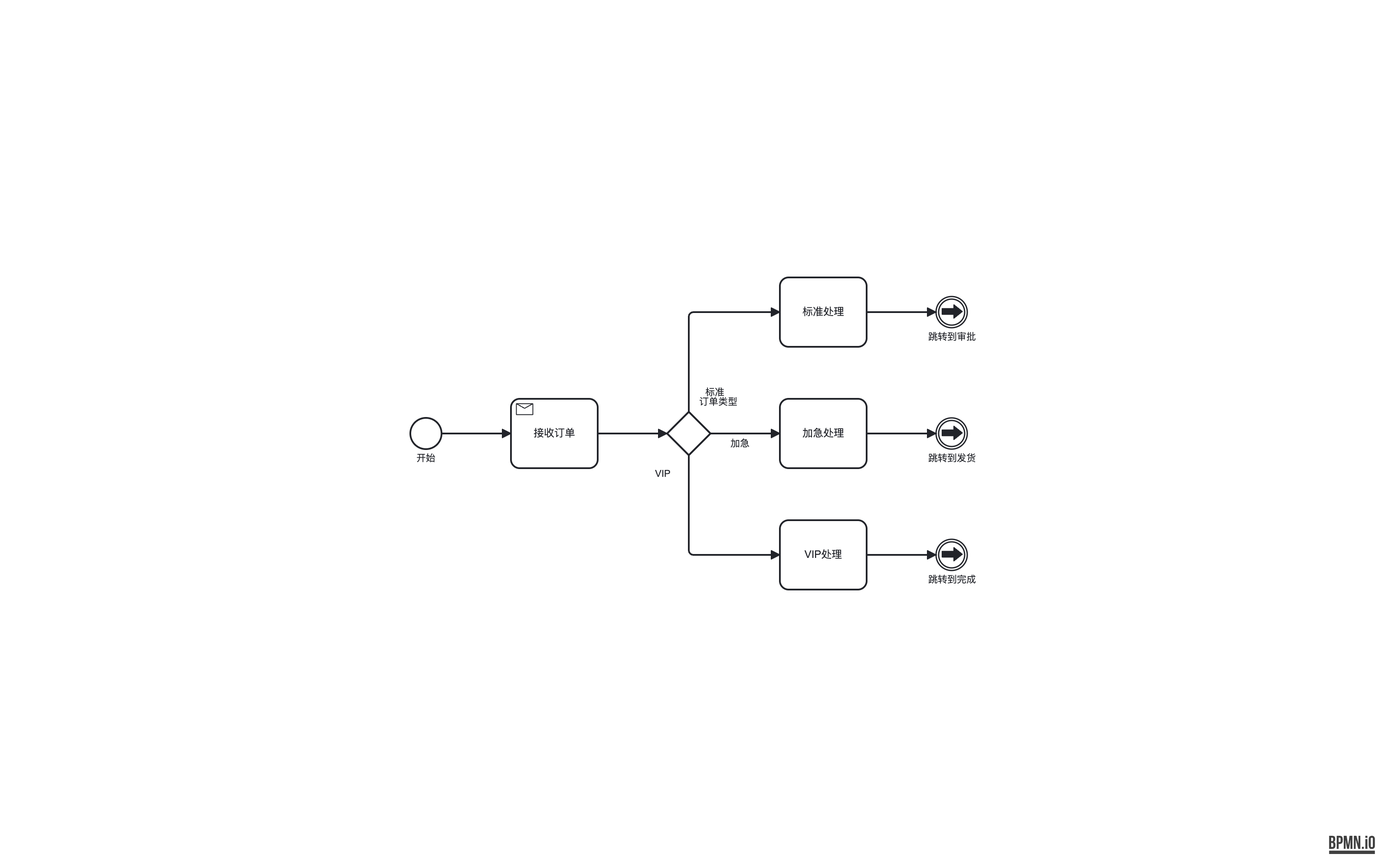
LcpMarvel/tramito-layout keeps this BPMN diagram as out-bpmn-png/15-link-events.png. Above is the earlier version. Its source is kept beside it as out-xml/15-link-events.bpmn. Ids are renumbered.
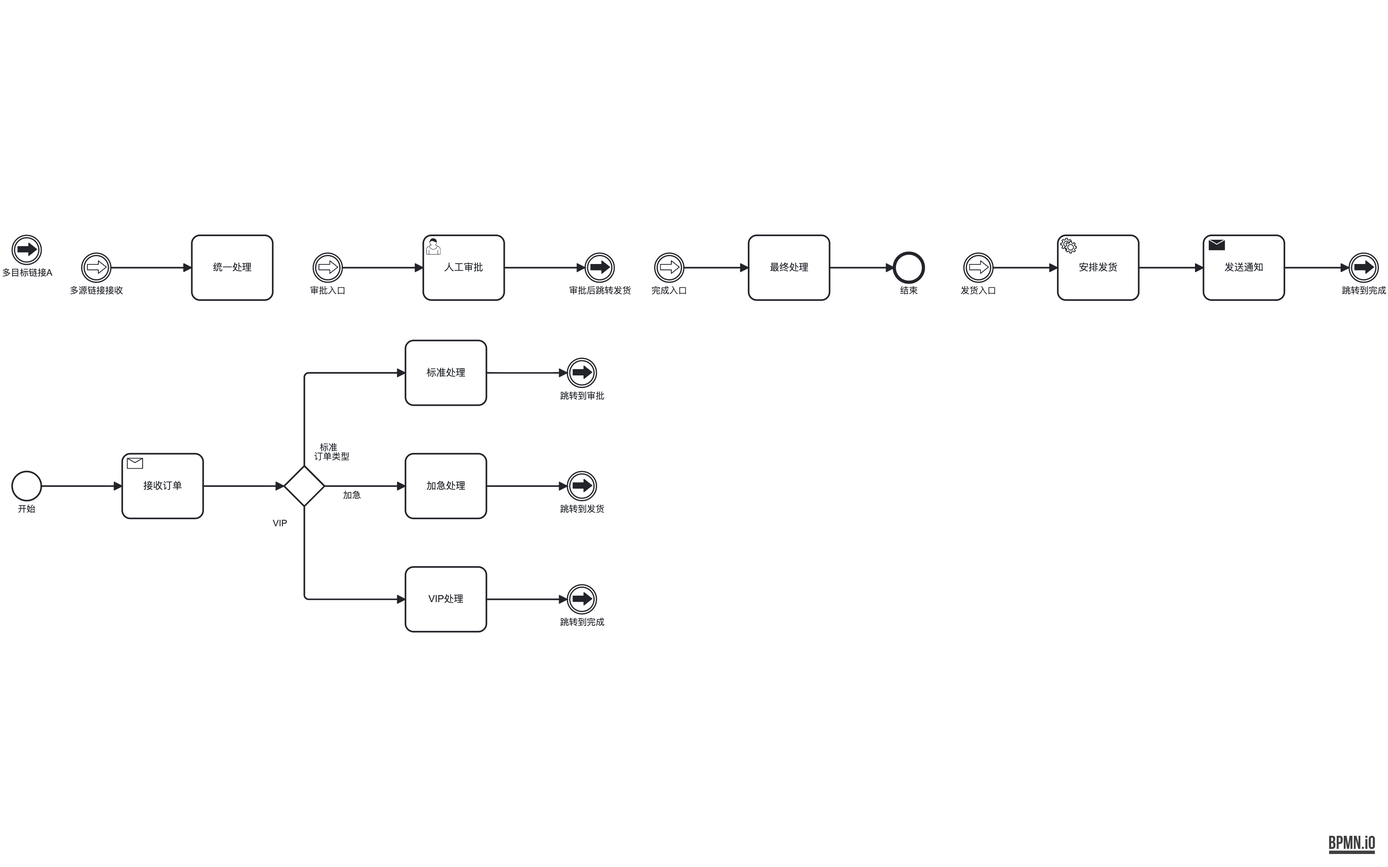
Later version of the same file.

Diff of the diagram source:
```diff
@@ -112,92 +112,187 @@
   <bpmndi:BPMNDiagram id="BPMNDiagram_definitions_link_events" name="BPMNDiagram">
     <bpmndi:BPMNPlane id="BPMNPlane_definitions_link_events" bpmnElement="process_link_events">
       <bpmndi:BPMNShape id="process_link_events_di" bpmnElement="process_link_events">
-        <dc:Bounds x="0" y="0" width="724" height="424" />
+        <dc:Bounds x="0" y="0" width="1770" height="554" />
       </bpmndi:BPMNShape>
       <bpmndi:BPMNShape id="start_1_di" bpmnElement="start_1">
-        <dc:Bounds x="62" y="194" width="36" height="36" />
+        <dc:Bounds x="62" y="324" width="36" height="36" />
         <bpmndi:BPMNLabel>
-          <dc:Bounds x="66" y="234" width="28" height="14" />
+          <dc:Bounds x="66" y="364" width="28" height="14" />
         </bpmndi:BPMNLabel>
       </bpmndi:BPMNShape>
       <bpmndi:BPMNShape id="task_receive_order_di" bpmnElement="task_receive_order">
-        <dc:Bounds x="178" y="172" width="100" height="80" />
+        <dc:Bounds x="198" y="302" width="100" height="80" />
       </bpmndi:BPMNShape>
       <bpmndi:BPMNShape id="gateway_order_type_di" bpmnElement="gateway_order_type">
-        <dc:Bounds x="358" y="187" width="50" height="50" />
+        <dc:Bounds x="398" y="317" width="50" height="50" />
         <bpmndi:BPMNLabel>
-          <dc:Bounds x="389" y="169" width="56" height="14" />
+          <dc:Bounds x="429" y="299" width="56" height="14" />
         </bpmndi:BPMNLabel>
       </bpmndi:BPMNShape>
       <bpmndi:BPMNShape id="task_standard_process_di" bpmnElement="task_standard_process">
-        <dc:Bounds x="488" y="32" width="100" height="80" />
+        <dc:Bounds x="548" y="162" width="100" height="80" />
       </bpmndi:BPMNShape>
       <bpmndi:BPMNShape id="throw_link_to_approval_di" bpmnElement="throw_link_to_approval">
-        <dc:Bounds x="668" y="54" width="36" height="36" />
+        <dc:Bounds x="748" y="184" width="36" height="36" />
         <bpmndi:BPMNLabel>
-          <dc:Bounds x="651" y="94" width="70" height="14" />
+          <dc:Bounds x="731" y="224" width="70" height="14" />
         </bpmndi:BPMNLabel>
       </bpmndi:BPMNShape>
       <bpmndi:BPMNShape id="task_express_process_di" bpmnElement="task_express_process">
-        <dc:Bounds x="488" y="172" width="100" height="80" />
+        <dc:Bounds x="548" y="302" width="100" height="80" />
       </bpmndi:BPMNShape>
       <bpmndi:BPMNShape id="throw_link_to_shipping_di" bpmnElement="throw_link_to_shipping">
-        <dc:Bounds x="668" y="194" width="36" height="36" />
+        <dc:Bounds x="748" y="324" width="36" height="36" />
         <bpmndi:BPMNLabel>
-          <dc:Bounds x="651" y="234" width="70" height="14" />
+          <dc:Bounds x="731" y="364" width="70" height="14" />
         </bpmndi:BPMNLabel>
       </bpmndi:BPMNShape>
       <bpmndi:BPMNShape id="task_vip_process_di" bpmnElement="task_vip_process">
-        <dc:Bounds x="488" y="312" width="100" height="80" />
+        <dc:Bounds x="548" y="442" width="100" height="80" />
       </bpmndi:BPMNShape>
       <bpmndi:BPMNShape id="throw_link_to_complete_di" bpmnElement="throw_link_to_complete">
-        <dc:Bounds x="668" y="334" width="36" height="36" />
+        <dc:Bounds x="748" y="464" width="36" height="36" />
         <bpmndi:BPMNLabel>
-          <dc:Bounds x="651" y="374" width="70" height="14" />
+          <dc:Bounds x="731" y="504" width="70" height="14" />
         </bpmndi:BPMNLabel>
       </bpmndi:BPMNShape>
+      <bpmndi:BPMNShape id="catch_link_approval_di" bpmnElement="catch_link_approval">
+        <dc:Bounds x="434" y="54" width="36" height="36" />
+        <bpmndi:BPMNLabel>
+          <dc:Bounds x="424" y="94" width="56" height="14" />
+        </bpmndi:BPMNLabel>
+      </bpmndi:BPMNShape>
+      <bpmndi:BPMNShape id="task_approval_di" bpmnElement="task_approval">
+        <dc:Bounds x="570" y="32" width="100" height="80" />
+      </bpmndi:BPMNShape>
+      <bpmndi:BPMNShape id="throw_link_from_approval_di" bpmnElement="throw_link_from_approval">
+        <dc:Bounds x="770" y="54" width="36" height="36" />
+        <bpmndi:BPMNLabel>
+          <dc:Bounds x="739" y="94" width="98" height="14" />
+        </bpmndi:BPMNLabel>
+      </bpmndi:BPMNShape>
+      <bpmndi:BPMNShape id="catch_link_shipping_di" bpmnElement="catch_link_shipping">
+        <dc:Bounds x="1238" y="54" width="36" height="36" />
+        <bpmndi:BPMNLabel>
+          <dc:Bounds x="1228" y="94" width="56" height="14" />
+        </bpmndi:BPMNLabel>
+      </bpmndi:BPMNShape>
+      <bpmndi:BPMNShape id="task_shipping_di" bpmnElement="task_shipping">
+        <dc:Bounds x="1354" y="32" width="100" height="80" />
+      </bpmndi:BPMNShape>
+      <bpmndi:BPMNShape id="task_notify_di" bpmnElement="task_notify">
+        <dc:Bounds x="1534" y="32" width="100" height="80" />
+      </bpmndi:BPMNShape>
+      <bpmndi:BPMNShape id="throw_link_to_complete_2_di" bpmnElement="throw_link_to_complete_2">
+        <dc:Bounds x="1714" y="54" width="36" height="36" />
+        <bpmndi:BPMNLabel>
+          <dc:Bounds x="1697" y="94" width="70" height="14" />
+        </bpmndi:BPMNLabel>
+      </bpmndi:BPMNShape>
+      <bpmndi:BPMNShape id="catch_link_complete_di" bpmnElement="catch_link_complete">
+        <dc:Bounds x="856" y="54" width="36" height="36" />
+        <bpmndi:BPMNLabel>
+          <dc:Bounds x="846" y="94" width="56" height="14" />
+        </bpmndi:BPMNLabel>
+      </bpmndi:BPMNShape>
+      <bpmndi:BPMNShape id="task_finalize_di" bpmnElement="task_finalize">
+        <dc:Bounds x="972" y="32" width="100" height="80" />
+      </bpmndi:BPMNShape>
+      <bpmndi:BPMNShape id="end_1_di" bpmnElement="end_1">
+        <dc:Bounds x="1152" y="54" width="36" height="36" />
+        <bpmndi:BPMNLabel>
+          <dc:Bounds x="1156" y="94" width="28" height="14" />
+        </bpmndi:BPMNLabel>
+      </bpmndi:BPMNShape>
+      <bpmndi:BPMNShape id="throw_link_multi_target_1_di" bpmnElement="throw_link_multi_target_1">
+        <dc:Bounds x="62" y="32" width="36" height="36" />
+        <bpmndi:BPMNLabel>
+          <dc:Bounds x="41.5" y="72" width="77" height="14" />
+        </bpmndi:BPMNLabel>
+      </bpmndi:BPMNShape>
+      <bpmndi:BPMNShape id="catch_link_multi_target_di" bpmnElement="catch_link_multi_target">
+        <dc:Bounds x="148" y="54" width="36" height="36" />
+        <bpmndi:BPMNLabel>
+          <dc:Bounds x="124" y="94" width="84" height="14" />
+        </bpmndi:BPMNLabel>
+      </bpmndi:BPMNShape>
+      <bpmndi:BPMNShape id="task_multi_handler_di" bpmnElement="task_multi_handler">
+        <dc:Bounds x="284" y="32" width="100" height="80" />
+      </bpmndi:BPMNShape>
       <bpmndi:BPMNEdge id="flow_start_di" bpmnElement="flow_start">
-        <di:waypoint x="98" y="212" />
-        <di:waypoint x="178" y="212" />
+        <di:waypoint x="98" y="342" />
+        <di:waypoint x="198" y="342" />
       </bpmndi:BPMNEdge>
       <bpmndi:BPMNEdge id="flow_to_gateway_di" bpmnElement="flow_to_gateway">
-        <di:waypoint x="278" y="212" />
-        <di:waypoint x="358" y="212" />
+        <di:waypoint x="298" y="342" />
+        <di:waypoint x="398" y="342" />
       </bpmndi:BPMNEdge>
       <bpmndi:BPMNEdge id="flow_standard_di" bpmnElement="flow_standard">
-        <di:waypoint x="383" y="187" />
-        <di:waypoint x="383" y="72" />
-        <di:waypoint x="488" y="72" />
+        <di:waypoint x="423" y="317" />
+        <di:waypoint x="423" y="202" />
+        <di:waypoint x="548" y="202" />
         <bpmndi:BPMNLabel>
-          <dc:Bounds x="388" y="158" width="50" height="14" />
+          <dc:Bounds x="428" y="288" width="50" height="14" />
         </bpmndi:BPMNLabel>
       </bpmndi:BPMNEdge>
       <bpmndi:BPMNEdge id="flow_express_di" bpmnElement="flow_express">
-        <di:waypoint x="408" y="212" />
-        <di:waypoint x="488" y="212" />
+        <di:waypoint x="448" y="342" />
+        <di:waypoint x="548" y="342" />
         <bpmndi:BPMNLabel>
-          <dc:Bounds x="417" y="217" width="50" height="14" />
+          <dc:Bounds x="457" y="347" width="50" height="14" />
         </bpmndi:BPMNLabel>
       </bpmndi:BPMNEdge>
       <bpmndi:BPMNEdge id="flow_vip_di" bpmnElement="flow_vip">
-        <di:waypoint x="383" y="237" />
-        <di:waypoint x="383" y="352" />
-        <di:waypoint x="488" y="352" />
+        <di:waypoint x="423" y="367" />
+        <di:waypoint x="423" y="482" />
+        <di:waypoint x="548" y="482" />
         <bpmndi:BPMNLabel>
-          <dc:Bounds x="328" y="252" width="50" height="14" />
+          <dc:Bounds x="368" y="382" width="50" height="14" />
         </bpmndi:BPMNLabel>
       </bpmndi:BPMNEdge>
       <bpmndi:BPMNEdge id="flow_standard_to_link_di" bpmnElement="flow_standard_to_link">
-        <di:waypoint x="588" y="72" />
-        <di:waypoint x="668" y="72" />
+        <di:waypoint x="648" y="202" />
+        <di:waypoint x="748" y="202" />
       </bpmndi:BPMNEdge>
       <bpmndi:BPMNEdge id="flow_express_to_link_di" bpmnElement="flow_express_to_link">
-        <di:waypoint x="588" y="212" />
-        <di:waypoint x="668" y="212" />
+        <di:waypoint x="648" y="342" />
+        <di:waypoint x="748" y="342" />
       </bpmndi:BPMNEdge>
       <bpmndi:BPMNEdge id="flow_vip_to_link_di" bpmnElement="flow_vip_to_link">
-        <di:waypoint x="588" y="352" />
-        <di:waypoint x="668" y="352" />
+        <di:waypoint x="648" y="482" />
+        <di:waypoint x="748" y="482" />
+      </bpmndi:BPMNEdge>
+      <bpmndi:BPMNEdge id="flow_catch_approval_di" bpmnElement="flow_catch_approval">
+        <di:waypoint x="470" y="72" />
+        <di:waypoint x="570" y="72" />
+      </bpmndi:BPMNEdge>
+      <bpmndi:BPMNEdge id="flow_approval_to_link_di" bpmnElement="flow_approval_to_link">
+        <di:waypoint x="670" y="72" />
+        <di:waypoint x="770" y="72" />
+      </bpmndi:BPMNEdge>
+      <bpmndi:BPMNEdge id="flow_catch_shipping_di" bpmnElement="flow_catch_shipping">
+        <di:waypoint x="1274" y="72" />
+        <di:waypoint x="1354" y="72" />
+      </bpmndi:BPMNEdge>
+      <bpmndi:BPMNEdge id="flow_shipping_notify_di" bpmnElement="flow_shipping_notify">
+        <di:waypoint x="1454" y="72" />
+        <di:waypoint x="1534" y="72" />
+      </bpmndi:BPMNEdge>
+      <bpmndi:BPMNEdge id="flow_notify_to_link_di" bpmnElement="flow_notify_to_link">
+        <di:waypoint x="1634" y="72" />
+        <di:waypoint x="1714" y="72" />
+      </bpmndi:BPMNEdge>
+      <bpmndi:BPMNEdge id="flow_catch_complete_di" bpmnElement="flow_catch_complete">
+        <di:waypoint x="892" y="72" />
+        <di:waypoint x="972" y="72" />
+      </bpmndi:BPMNEdge>
+      <bpmndi:BPMNEdge id="flow_finalize_end_di" bpmnElement="flow_finalize_end">
+        <di:waypoint x="1072" y="72" />
+        <di:waypoint x="1152" y="72" />
+      </bpmndi:BPMNEdge>
+      <bpmndi:BPMNEdge id="flow_catch_multi_di" bpmnElement="flow_catch_multi">
+        <di:waypoint x="184" y="72" />
+        <di:waypoint x="284" y="72" />
       </bpmndi:BPMNEdge>
     </bpmndi:BPMNPlane>
   </bpmndi:BPMNDiagram>
```
